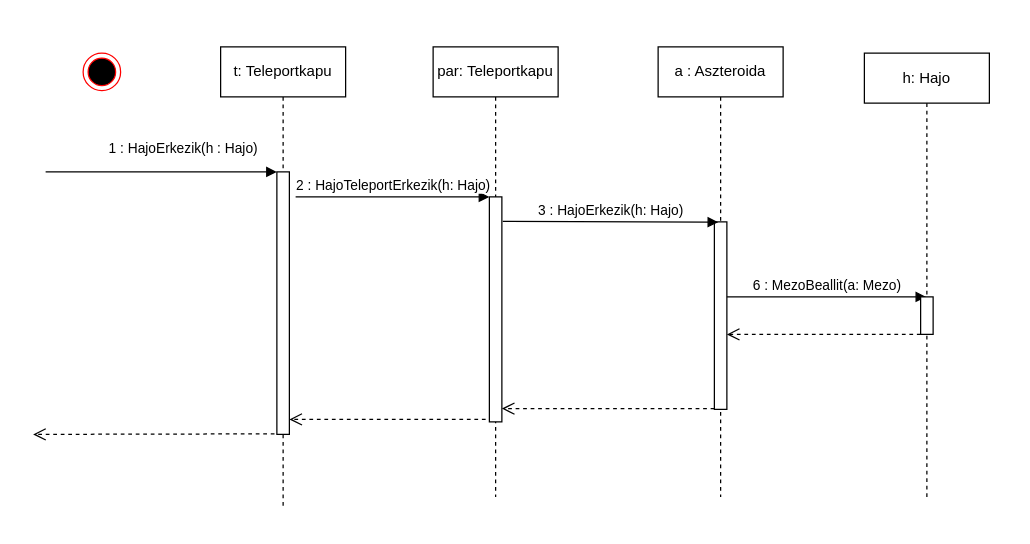
The draw.io diagram doc/uml/szekvencia_tpkapu.drawio in torpeBoiGo/aszteroidabanyaszat, before the edit. Source tidied: cells renumbered, new cells numbered last; positions are measured from the earlier drawing's top-left corner, leaving out a move shared by most shapes. Both pictures are drawn from the tidied source at 125%, with x=0, y=0 at pixel (32, 46).
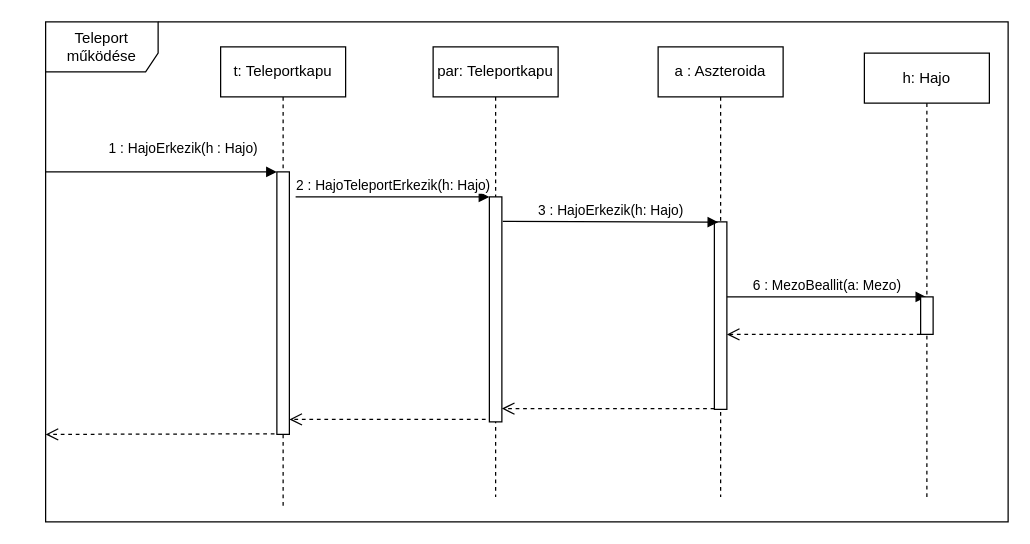
The same page after the edit.

Unchanged cells that the change refers to:
```xml
<mxCell id="4" style="html=1;points=[];perimeter=orthogonalPerimeter;" parent="3" vertex="1">
  <mxGeometry x="45" y="100" width="10" height="210" as="geometry" />
</mxCell>
```

The edit, as a diff of the source:
```diff
@@
+    <mxCell id="19" value="Teleport működése" style="shape=umlFrame;whiteSpace=wrap;html=1;width=90;height=40;" parent="1" vertex="1">
+      <mxGeometry x="10" y="-20" width="770" height="400" as="geometry" />
+    </mxCell>
@@
     <mxCell id="15" style="html=1;verticalAlign=bottom;endArrow=open;dashed=1;endSize=8;exitX=-0.19;exitY=0.998;exitDx=0;exitDy=0;exitPerimeter=0;" parent="1" edge="1" source="4">
       <mxGeometry relative="1" as="geometry">
-        <mxPoint y="310" as="targetPoint" />
+        <mxPoint x="10" y="310" as="targetPoint" />
       </mxGeometry>
     </mxCell>
@@
-    <mxCell id="18" style="ellipse;html=1;shape=endState;fillColor=#000000;strokeColor=#ff0000;" parent="1" vertex="1">
-      <mxGeometry x="40" y="5" width="30" height="30" as="geometry" />
-    </mxCell>
```
